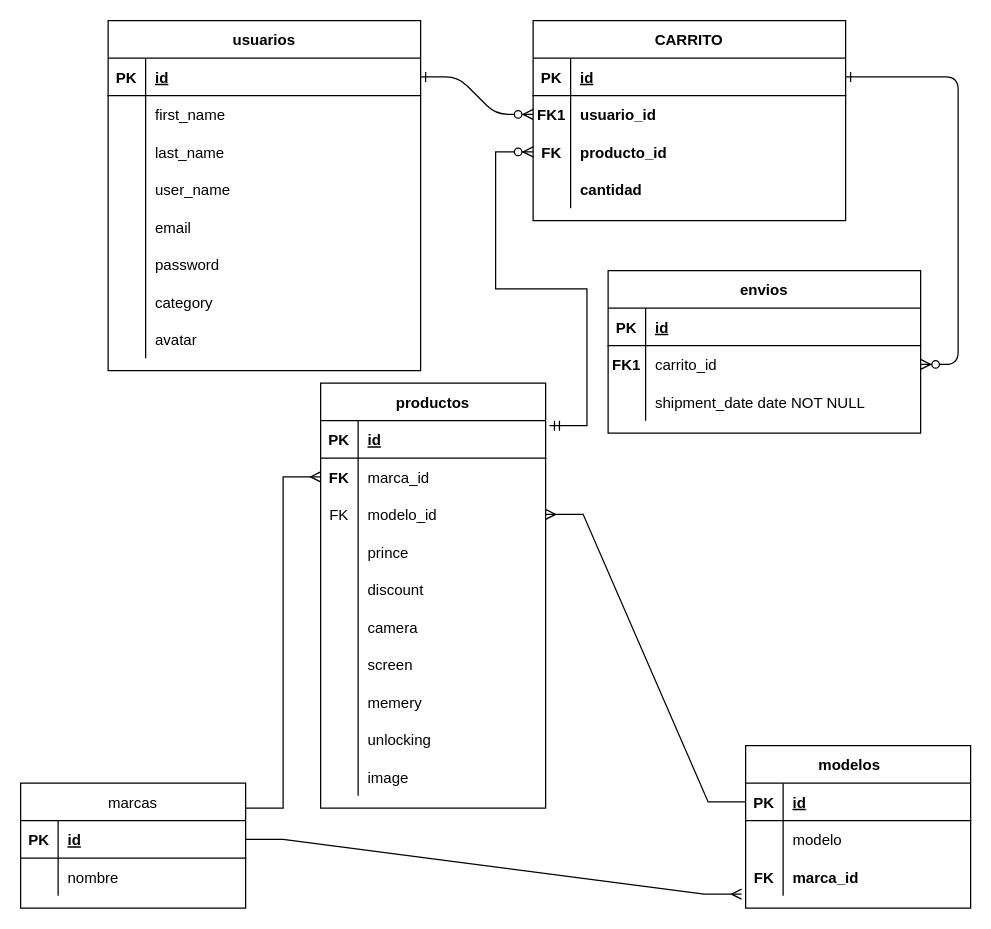
This is page "Page-1" (1 of 2) of Diagrama CEELNOW.drawio from alejandrolederman/GRUPO-6-Cell-Now, a draw.io file, before an edit. Source tidied: cells renumbered, new cells numbered last; positions are measured from the earlier drawing's top-left corner, leaving out a move shared by most shapes. Both pictures are drawn from the tidied source at 125%, with x=0, y=0 at pixel (20, 20).
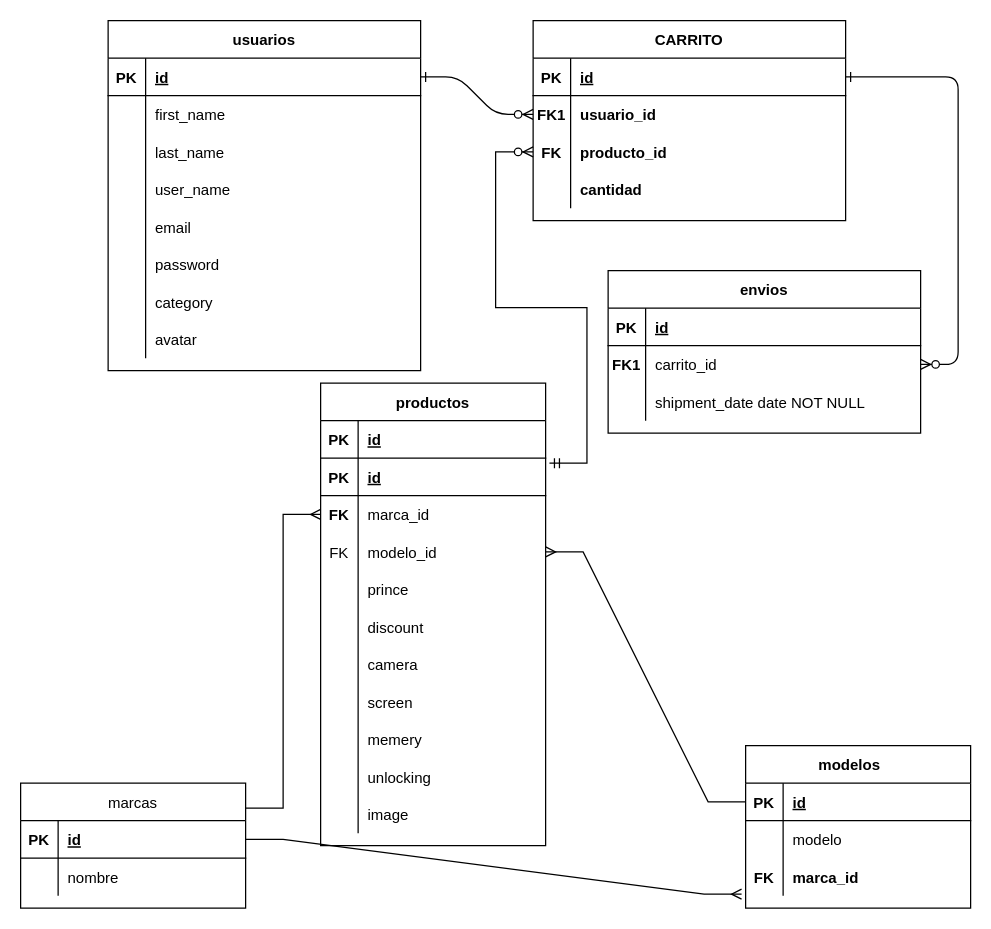
After the change.

What changed in the source:
```diff
@@
     <mxCell id="53" value="productos" style="shape=table;startSize=30;childLayout=tableLayout;rowLines=0;fontStyle=1;align=center;" parent="1" vertex="1">
-      <mxGeometry x="240" y="290" width="180" height="340" as="geometry" />
+      <mxGeometry x="240" y="290" width="180" height="370" as="geometry" />
     </mxCell>
+    <mxCell id="104" style="shape=tableRow;horizontal=0;startSize=0;swimlaneHead=0;swimlaneBody=0;fillColor=none;top=0;left=0;right=0;bottom=1;" parent="53" vertex="1">
+      <mxGeometry y="30" width="180" height="30" as="geometry" />
+    </mxCell>
+    <mxCell id="105" value="PK" style="shape=partialRectangle;fillColor=none;top=0;left=0;bottom=0;right=0;fontStyle=1;overflow=hidden;" parent="104" vertex="1">
+      <mxGeometry width="30" height="30" as="geometry" />
+    </mxCell>
+    <mxCell id="106" value="id" style="shape=partialRectangle;fillColor=none;top=0;left=0;bottom=0;right=0;align=left;spacingLeft=6;fontStyle=5;overflow=hidden;" parent="104" vertex="1">
+      <mxGeometry x="30" width="150" height="30" as="geometry" />
+    </mxCell>
     <mxCell id="54" style="shape=tableRow;horizontal=0;startSize=0;swimlaneHead=0;swimlaneBody=0;fillColor=none;points=[[0,0.5],[1,0.5]];portConstraint=eastwest;top=0;left=0;right=0;bottom=1;" parent="53" vertex="1">
-      <mxGeometry y="30" width="180" height="30" as="geometry" />
+      <mxGeometry y="60" width="180" height="30" as="geometry" />
     </mxCell>
@@
     <mxCell id="57" style="shape=tableRow;horizontal=0;startSize=0;swimlaneHead=0;swimlaneBody=0;fillColor=none;points=[[0,0.5],[1,0.5]];portConstraint=eastwest;top=0;left=0;right=0;bottom=0;" parent="53" vertex="1">
-      <mxGeometry y="60" width="180" height="30" as="geometry" />
+      <mxGeometry y="90" width="180" height="30" as="geometry" />
     </mxCell>
@@
     <mxCell id="60" style="shape=tableRow;horizontal=0;startSize=0;swimlaneHead=0;swimlaneBody=0;fillColor=none;points=[[0,0.5],[1,0.5]];portConstraint=eastwest;top=0;left=0;right=0;bottom=0;" parent="53" vertex="1">
-      <mxGeometry y="90" width="180" height="30" as="geometry" />
+      <mxGeometry y="120" width="180" height="30" as="geometry" />
     </mxCell>
@@
     <mxCell id="63" style="shape=tableRow;horizontal=0;startSize=0;swimlaneHead=0;swimlaneBody=0;fillColor=none;top=0;left=0;right=0;bottom=0;" parent="53" vertex="1">
-      <mxGeometry y="120" width="180" height="30" as="geometry" />
+      <mxGeometry y="150" width="180" height="30" as="geometry" />
     </mxCell>
@@
     <mxCell id="66" style="shape=tableRow;horizontal=0;startSize=0;swimlaneHead=0;swimlaneBody=0;fillColor=none;top=0;left=0;right=0;bottom=0;" parent="53" vertex="1">
-      <mxGeometry y="150" width="180" height="30" as="geometry" />
+      <mxGeometry y="180" width="180" height="30" as="geometry" />
     </mxCell>
@@
     <mxCell id="69" style="shape=tableRow;horizontal=0;startSize=0;swimlaneHead=0;swimlaneBody=0;fillColor=none;top=0;left=0;right=0;bottom=0;" parent="53" vertex="1">
-      <mxGeometry y="180" width="180" height="30" as="geometry" />
+      <mxGeometry y="210" width="180" height="30" as="geometry" />
     </mxCell>
@@
     <mxCell id="72" style="shape=tableRow;horizontal=0;startSize=0;swimlaneHead=0;swimlaneBody=0;fillColor=none;top=0;left=0;right=0;bottom=0;" parent="53" vertex="1">
-      <mxGeometry y="210" width="180" height="30" as="geometry" />
+      <mxGeometry y="240" width="180" height="30" as="geometry" />
     </mxCell>
@@
     <mxCell id="75" style="shape=tableRow;horizontal=0;startSize=0;swimlaneHead=0;swimlaneBody=0;fillColor=none;top=0;left=0;right=0;bottom=0;" parent="53" vertex="1">
-      <mxGeometry y="240" width="180" height="30" as="geometry" />
+      <mxGeometry y="270" width="180" height="30" as="geometry" />
     </mxCell>
@@
     <mxCell id="78" style="shape=tableRow;horizontal=0;startSize=0;swimlaneHead=0;swimlaneBody=0;fillColor=none;top=0;left=0;right=0;bottom=0;" parent="53" vertex="1">
-      <mxGeometry y="270" width="180" height="30" as="geometry" />
+      <mxGeometry y="300" width="180" height="30" as="geometry" />
     </mxCell>
@@
     <mxCell id="81" style="shape=tableRow;horizontal=0;startSize=0;swimlaneHead=0;swimlaneBody=0;fillColor=none;top=0;left=0;right=0;bottom=0;" parent="53" vertex="1">
-      <mxGeometry y="300" width="180" height="30" as="geometry" />
+      <mxGeometry y="330" width="180" height="30" as="geometry" />
     </mxCell>
```
